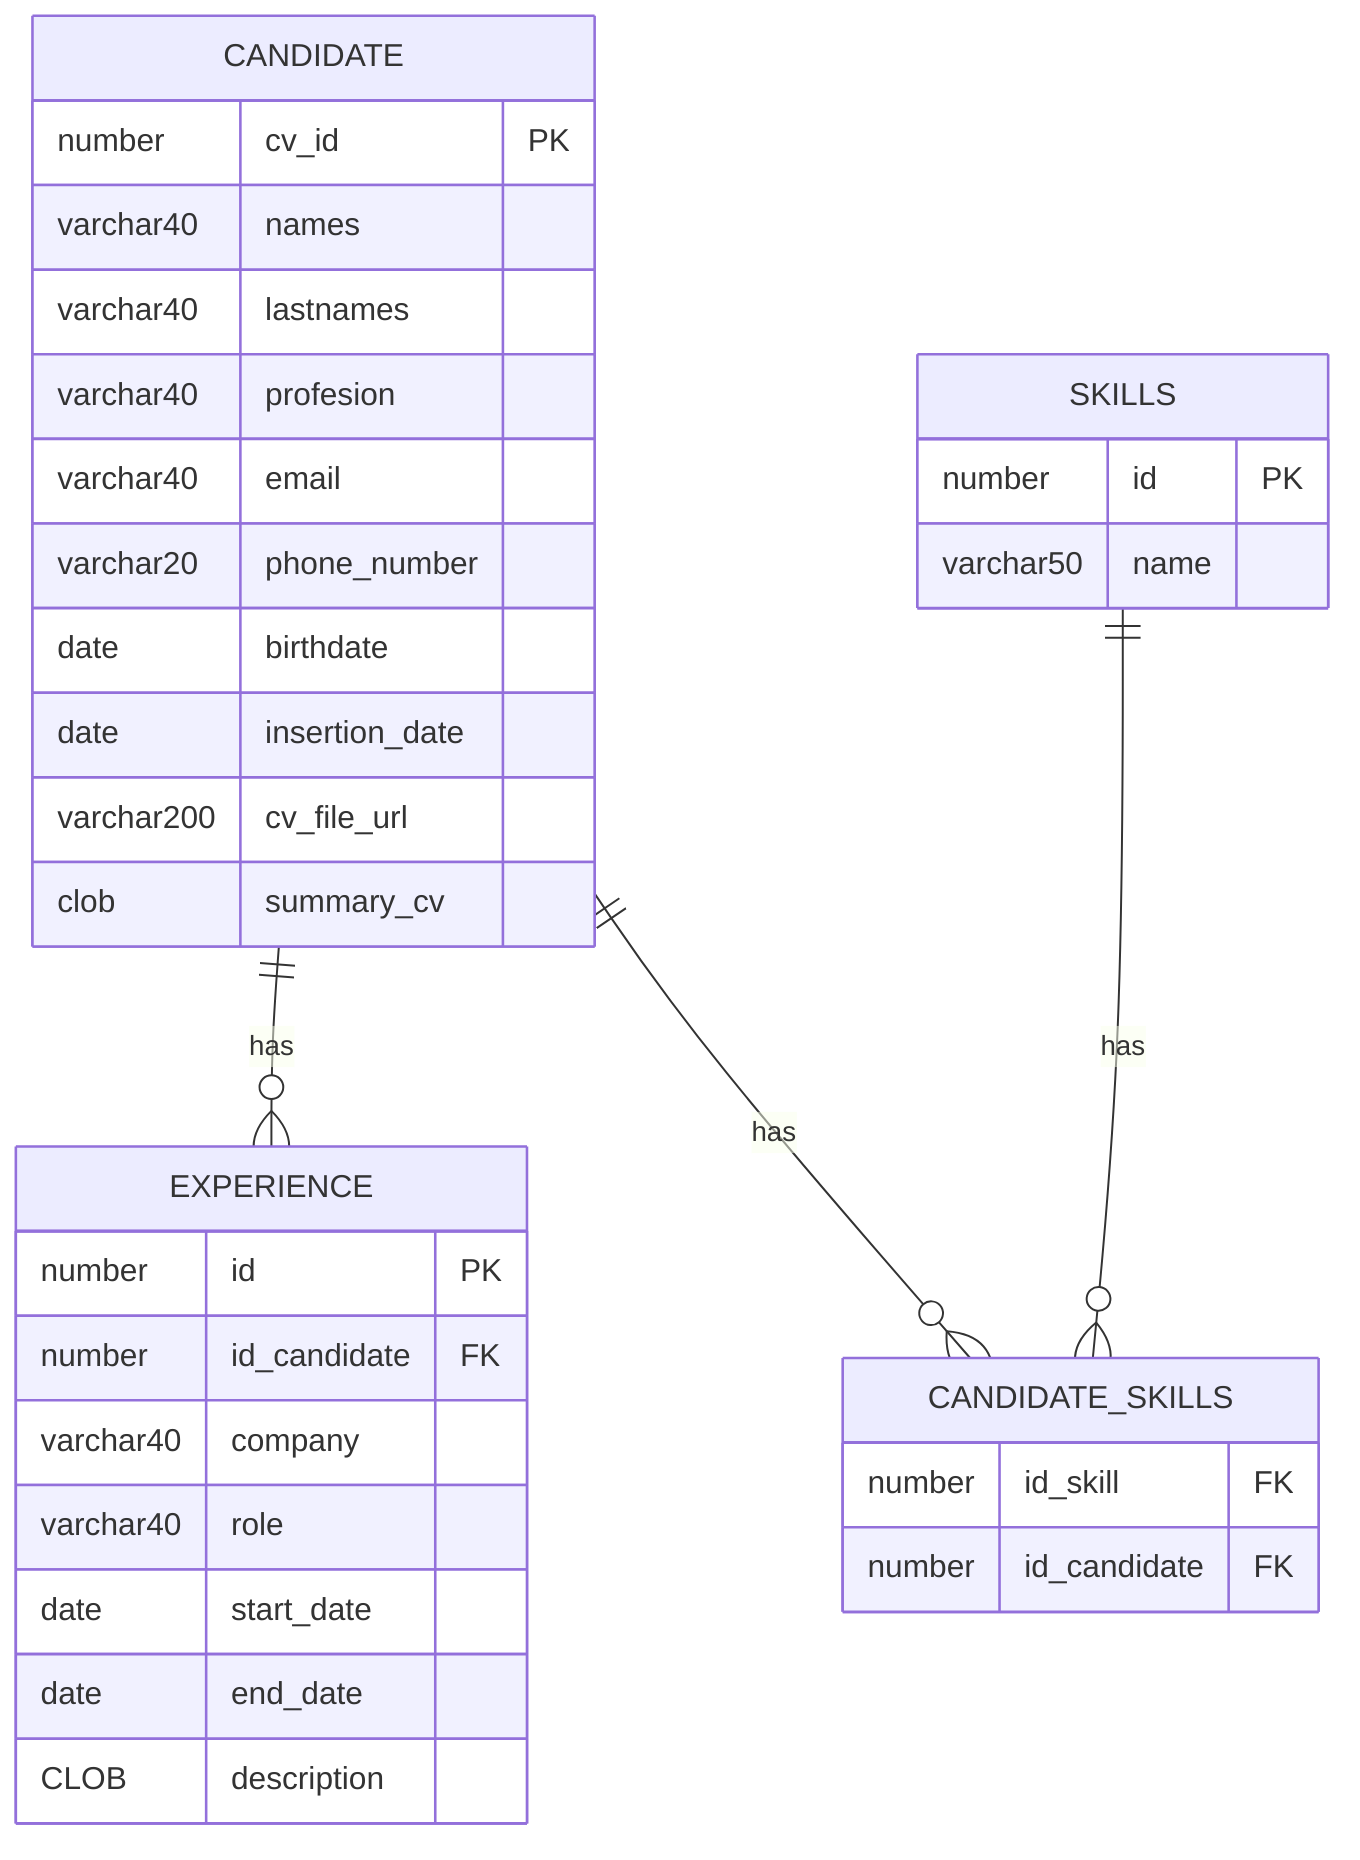
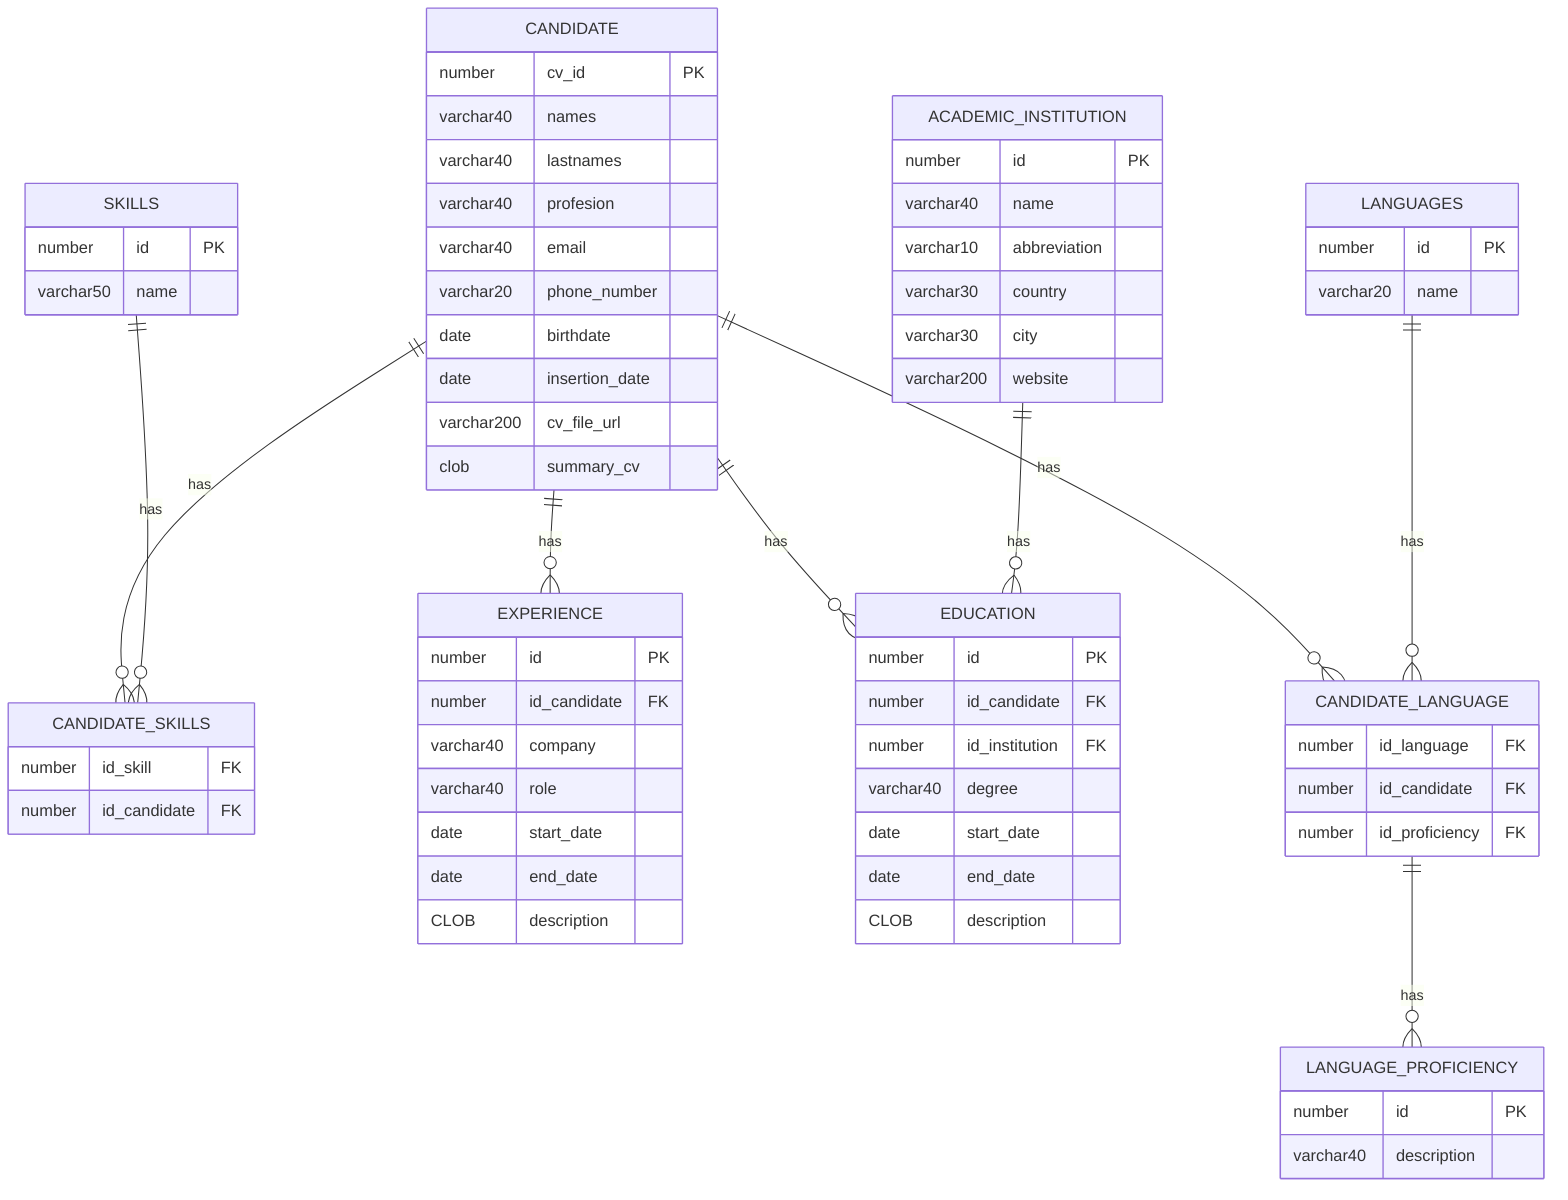
erDiagram

    CANDIDATE {
        number cv_id PK
        varchar40 names
        varchar40 lastnames
        varchar40 profesion
        varchar40 email
        varchar20 phone_number
        date birthdate
        date insertion_date
        varchar200 cv_file_url
        clob summary_cv
    }

    SKILLS {
        number id PK
        varchar50 name
    }

    CANDIDATE_SKILLS {
        number id_skill FK
        number id_candidate FK
    }


    EXPERIENCE {
        number id PK
        number id_candidate FK
        varchar40 company
        varchar40 role
        date start_date
        date end_date
        CLOB description
    }


+     ACADEMIC_INSTITUTION {
+         number id PK
+         varchar40 name
+         varchar10 abbreviation
+         varchar30 country
+         varchar30 city
+         varchar200 website
+     }
+ 
+ 
+     EDUCATION {
+         number id PK
+         number id_candidate FK
+         number id_institution FK
+         varchar40 degree
+         date start_date
+         date end_date
+         CLOB description
+     }
+ 
+     LANGUAGES {
+         number id PK
+         varchar20 name
+     }
+ 
+     LANGUAGE_PROFICIENCY {
+         number id PK
+         varchar40 description
+     }
+ 
+     CANDIDATE_LANGUAGE {
+         number id_language FK
+         number id_candidate FK
+         number id_proficiency FK
+     }
+ 
+ 
     %% RELACIONES

    CANDIDATE ||--o{ EXPERIENCE : has
+     CANDIDATE ||--o{ EDUCATION : has
+ 
+     ACADEMIC_INSTITUTION ||--o{ EDUCATION : has
+ 
+     CANDIDATE_LANGUAGE ||--o{ LANGUAGE_PROFICIENCY : has

    CANDIDATE ||--o{ CANDIDATE_SKILLS : has
-     SKILLS ||--o{ CANDIDATE_SKILLS : has+     SKILLS ||--o{ CANDIDATE_SKILLS : has
+ 
+     CANDIDATE ||--o{ CANDIDATE_LANGUAGE : has
+     LANGUAGES ||--o{ CANDIDATE_LANGUAGE : has